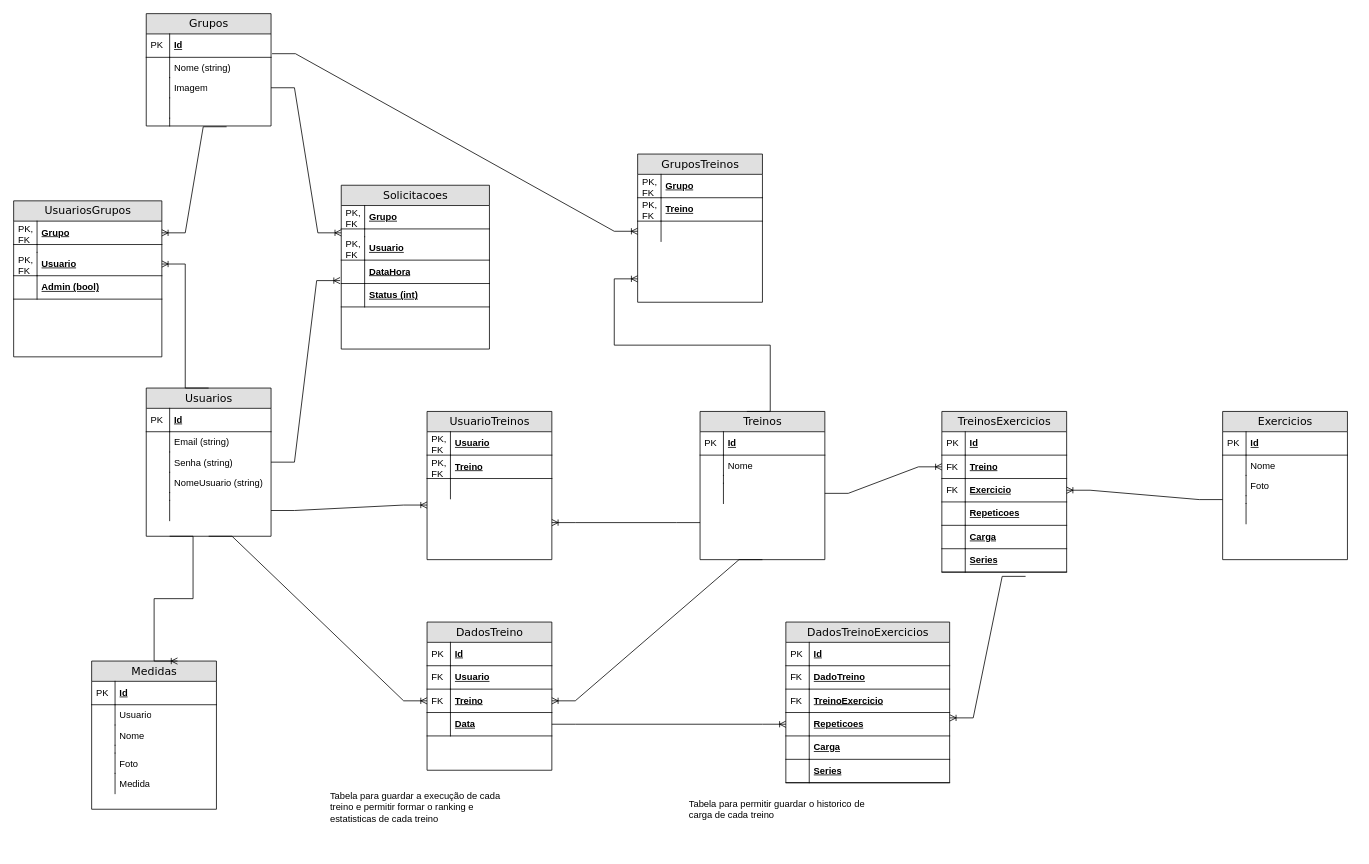
The draw.io diagram DER.drawio in Antonio-Zago/AppTreinos, before the edit. Source tidied: cells renumbered, new cells numbered last; positions are measured from the earlier drawing's top-left corner, leaving out a move shared by most shapes. Both pictures are drawn from the tidied source at 78%, with x=0, y=0 at pixel (13, 13).
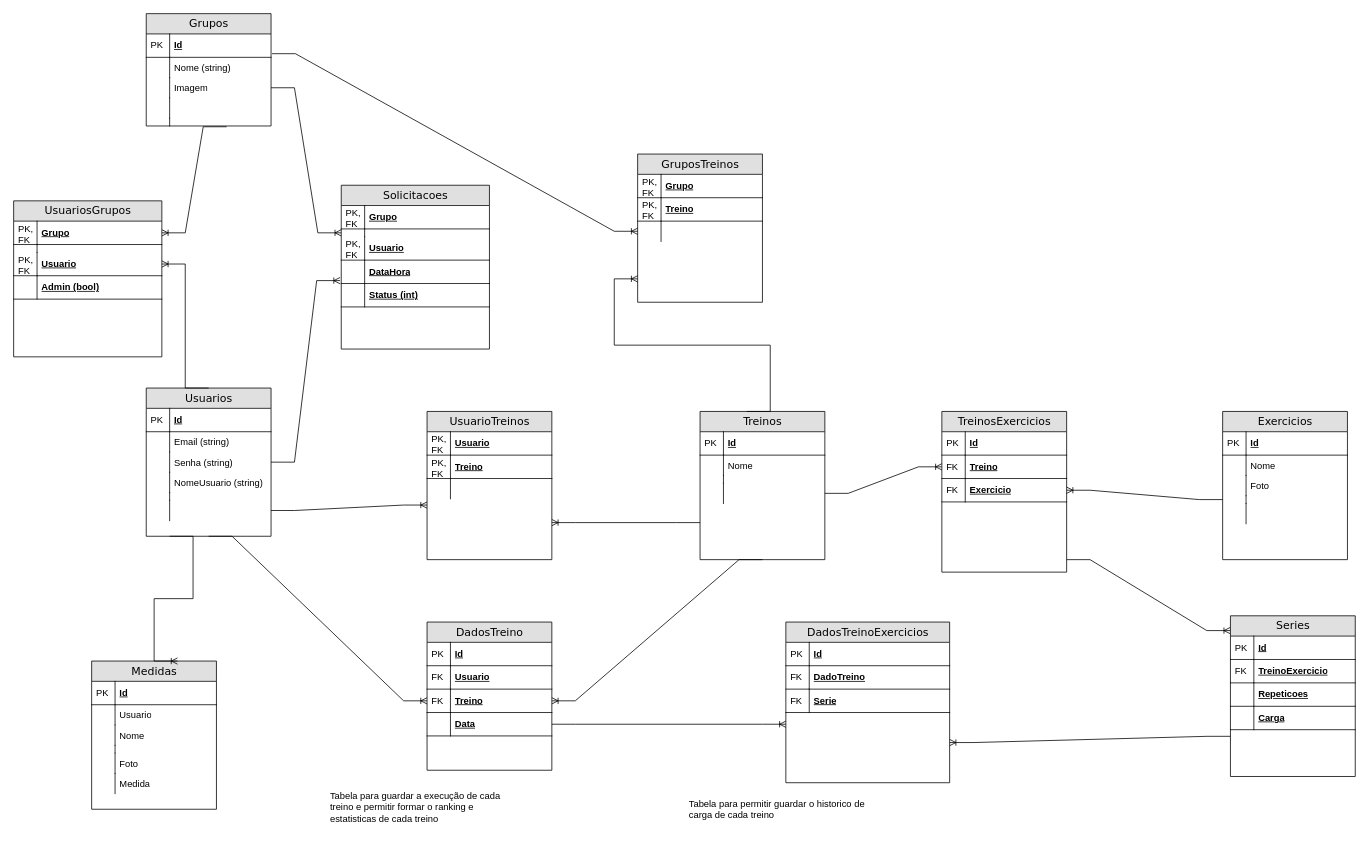
Above is the later version.

The change refers to these unchanged cells:
```xml
<mxCell id="70" value="TreinosExercicios" style="swimlane;html=1;fontStyle=0;horizontal=1;startSize=26;fillColor=#e0e0e0;swimlaneFillColor=#ffffff;align=center;rounded=0;shadow=0;comic=0;labelBackgroundColor=none;strokeWidth=1;fontFamily=Verdana;fontSize=14;" parent="1" vertex="1">
  <mxGeometry x="1190" y="510" width="160" height="206" as="geometry" />
</mxCell>
<mxCell id="104" value="Data" style="shape=partialRectangle;top=0;left=0;right=0;bottom=1;html=1;align=left;verticalAlign=middle;fillColor=none;spacingLeft=34;spacingRight=4;whiteSpace=wrap;overflow=hidden;points=[[0,0.5],[1,0.5]];portConstraint=eastwest;fontStyle=5;" parent="97" vertex="1">
  <mxGeometry y="116" width="160" height="30" as="geometry" />
</mxCell>
<mxCell id="106" value="DadosTreinoExercicios" style="swimlane;html=1;fontStyle=0;horizontal=1;startSize=26;fillColor=#e0e0e0;swimlaneFillColor=#ffffff;align=center;rounded=0;shadow=0;comic=0;labelBackgroundColor=none;strokeWidth=1;fontFamily=Verdana;fontSize=14;" parent="1" vertex="1">
  <mxGeometry x="990" y="780" width="210" height="206" as="geometry" />
</mxCell>
```

The edit, as a diff of the source:
```diff
@@
-    <mxCell id="77" value="Repeticoes" style="shape=partialRectangle;top=0;left=0;right=0;bottom=1;html=1;align=left;verticalAlign=middle;fillColor=none;spacingLeft=34;spacingRight=4;whiteSpace=wrap;overflow=hidden;fontStyle=5;" parent="70" vertex="1">
-      <mxGeometry y="116" width="160" height="30" as="geometry" />
-    </mxCell>
-    <mxCell id="78" style="shape=partialRectangle;top=0;left=0;bottom=0;html=1;fillColor=none;align=left;verticalAlign=middle;spacingLeft=4;spacingRight=4;whiteSpace=wrap;overflow=hidden;" parent="77" vertex="1">
-      <mxGeometry width="30" height="30" as="geometry" />
-    </mxCell>
-    <mxCell id="79" value="Carga" style="shape=partialRectangle;top=0;left=0;right=0;bottom=1;html=1;align=left;verticalAlign=middle;fillColor=none;spacingLeft=34;spacingRight=4;whiteSpace=wrap;overflow=hidden;fontStyle=5;" parent="70" vertex="1">
-      <mxGeometry y="146" width="160" height="30" as="geometry" />
-    </mxCell>
-    <mxCell id="80" style="shape=partialRectangle;top=0;left=0;bottom=0;html=1;fillColor=none;align=left;verticalAlign=middle;spacingLeft=4;spacingRight=4;whiteSpace=wrap;overflow=hidden;" parent="79" vertex="1">
-      <mxGeometry width="30" height="30" as="geometry" />
-    </mxCell>
-    <mxCell id="81" value="Series" style="shape=partialRectangle;top=0;left=0;right=0;bottom=1;html=1;align=left;verticalAlign=middle;fillColor=none;spacingLeft=34;spacingRight=4;whiteSpace=wrap;overflow=hidden;points=[[0,0.5],[1,0.5]];portConstraint=eastwest;fontStyle=5;" parent="70" vertex="1">
-      <mxGeometry y="176" width="160" height="30" as="geometry" />
-    </mxCell>
-    <mxCell id="82" style="shape=partialRectangle;top=0;left=0;bottom=0;html=1;fillColor=none;align=left;verticalAlign=middle;spacingLeft=4;spacingRight=4;whiteSpace=wrap;overflow=hidden;" parent="81" vertex="1">
-      <mxGeometry width="30" height="30" as="geometry" />
-    </mxCell>
@@
-    <mxCell id="111" value="TreinoExercicio" style="shape=partialRectangle;top=0;left=0;right=0;bottom=1;html=1;align=left;verticalAlign=middle;fillColor=none;spacingLeft=34;spacingRight=4;whiteSpace=wrap;overflow=hidden;fontStyle=5;" parent="106" vertex="1">
-      <mxGeometry y="86" width="210" height="30" as="geometry" />
-    </mxCell>
-    <mxCell id="112" value="FK" style="shape=partialRectangle;top=0;left=0;bottom=0;html=1;fillColor=none;align=left;verticalAlign=middle;spacingLeft=4;spacingRight=4;whiteSpace=wrap;overflow=hidden;" parent="111" vertex="1">
-      <mxGeometry width="30" height="30" as="geometry" />
-    </mxCell>
-    <mxCell id="113" value="Repeticoes" style="shape=partialRectangle;top=0;left=0;right=0;bottom=1;html=1;align=left;verticalAlign=middle;fillColor=none;spacingLeft=34;spacingRight=4;whiteSpace=wrap;overflow=hidden;points=[[0,0.5],[1,0.5]];portConstraint=eastwest;fontStyle=5;" parent="106" vertex="1">
-      <mxGeometry y="116" width="210" height="30" as="geometry" />
-    </mxCell>
-    <mxCell id="114" style="shape=partialRectangle;top=0;left=0;bottom=0;html=1;fillColor=none;align=left;verticalAlign=middle;spacingLeft=4;spacingRight=4;whiteSpace=wrap;overflow=hidden;" parent="113" vertex="1">
-      <mxGeometry width="30" height="30" as="geometry" />
-    </mxCell>
-    <mxCell id="115" value="Carga" style="shape=partialRectangle;top=0;left=0;right=0;bottom=1;html=1;align=left;verticalAlign=middle;fillColor=none;spacingLeft=34;spacingRight=4;whiteSpace=wrap;overflow=hidden;fontStyle=5;" parent="106" vertex="1">
-      <mxGeometry y="146" width="210" height="30" as="geometry" />
-    </mxCell>
-    <mxCell id="116" style="shape=partialRectangle;top=0;left=0;bottom=0;html=1;fillColor=none;align=left;verticalAlign=middle;spacingLeft=4;spacingRight=4;whiteSpace=wrap;overflow=hidden;" parent="115" vertex="1">
-      <mxGeometry width="30" height="30" as="geometry" />
-    </mxCell>
-    <mxCell id="117" value="Series" style="shape=partialRectangle;top=0;left=0;right=0;bottom=1;html=1;align=left;verticalAlign=middle;fillColor=none;spacingLeft=34;spacingRight=4;whiteSpace=wrap;overflow=hidden;fontStyle=5;" parent="106" vertex="1">
-      <mxGeometry y="176" width="210" height="30" as="geometry" />
-    </mxCell>
-    <mxCell id="118" style="shape=partialRectangle;top=0;left=0;bottom=0;html=1;fillColor=none;align=left;verticalAlign=middle;spacingLeft=4;spacingRight=4;whiteSpace=wrap;overflow=hidden;" parent="117" vertex="1">
-      <mxGeometry width="30" height="30" as="geometry" />
-    </mxCell>
+    <mxCell id="145" value="Serie" style="shape=partialRectangle;top=0;left=0;right=0;bottom=1;html=1;align=left;verticalAlign=middle;fillColor=none;spacingLeft=34;spacingRight=4;whiteSpace=wrap;overflow=hidden;fontStyle=5;" parent="106" vertex="1">
+      <mxGeometry y="86" width="210" height="30" as="geometry" />
+    </mxCell>
+    <mxCell id="146" value="FK" style="shape=partialRectangle;top=0;left=0;bottom=0;html=1;fillColor=none;align=left;verticalAlign=middle;spacingLeft=4;spacingRight=4;whiteSpace=wrap;overflow=hidden;" parent="145" vertex="1">
+      <mxGeometry width="30" height="30" as="geometry" />
+    </mxCell>
@@
-    <mxCell id="125" style="edgeStyle=entityRelationEdgeStyle;fontSize=12;html=1;endArrow=ERoneToMany;rounded=0;exitX=1;exitY=0.5;exitDx=0;exitDy=0;entryX=0;entryY=0.5;entryDx=0;entryDy=0;" parent="1" edge="1" source="104" target="113">
-      <mxGeometry relative="1" as="geometry" />
+    <mxCell id="125" style="edgeStyle=entityRelationEdgeStyle;fontSize=12;html=1;endArrow=ERoneToMany;rounded=0;exitX=1;exitY=0.5;exitDx=0;exitDy=0;entryX=0;entryY=0.5;entryDx=0;entryDy=0;" parent="1" edge="1" source="104">
+      <mxGeometry relative="1" as="geometry">
+        <mxPoint x="990" y="911" as="targetPoint" />
+      </mxGeometry>
     </mxCell>
-    <mxCell id="126" style="edgeStyle=entityRelationEdgeStyle;fontSize=12;html=1;endArrow=ERoneToMany;rounded=0;exitX=0.671;exitY=1.181;exitDx=0;exitDy=0;entryX=1.001;entryY=0.229;entryDx=0;entryDy=0;entryPerimeter=0;exitPerimeter=0;" parent="1" edge="1" source="81" target="113">
-      <mxGeometry relative="1" as="geometry" />
-    </mxCell>
@@
+    <mxCell id="147" value="Series" style="swimlane;html=1;fontStyle=0;horizontal=1;startSize=26;fillColor=#e0e0e0;swimlaneFillColor=#ffffff;align=center;rounded=0;shadow=0;comic=0;labelBackgroundColor=none;strokeWidth=1;fontFamily=Verdana;fontSize=14;" parent="1" vertex="1">
+      <mxGeometry x="1560" y="772" width="160" height="206" as="geometry" />
+    </mxCell>
+    <mxCell id="148" value="Id" style="shape=partialRectangle;top=0;left=0;right=0;bottom=1;html=1;align=left;verticalAlign=middle;fillColor=none;spacingLeft=34;spacingRight=4;whiteSpace=wrap;overflow=hidden;fontStyle=5;" parent="147" vertex="1">
+      <mxGeometry y="26" width="160" height="30" as="geometry" />
+    </mxCell>
+    <mxCell id="149" value="PK" style="shape=partialRectangle;top=0;left=0;bottom=0;html=1;fillColor=none;align=left;verticalAlign=middle;spacingLeft=4;spacingRight=4;whiteSpace=wrap;overflow=hidden;" parent="148" vertex="1">
+      <mxGeometry width="30" height="30" as="geometry" />
+    </mxCell>
+    <mxCell id="111" value="TreinoExercicio" style="shape=partialRectangle;top=0;left=0;right=0;bottom=1;html=1;align=left;verticalAlign=middle;fillColor=none;spacingLeft=34;spacingRight=4;whiteSpace=wrap;overflow=hidden;fontStyle=5;" parent="147" vertex="1">
+      <mxGeometry y="56" width="160" height="30" as="geometry" />
+    </mxCell>
+    <mxCell id="150" value="FK" style="shape=partialRectangle;top=0;left=0;bottom=0;html=1;fillColor=none;align=left;verticalAlign=middle;spacingLeft=4;spacingRight=4;whiteSpace=wrap;overflow=hidden;" parent="111" vertex="1">
+      <mxGeometry width="30" height="30" as="geometry" />
+    </mxCell>
+    <mxCell id="151" value="Repeticoes" style="shape=partialRectangle;top=0;left=0;right=0;bottom=1;html=1;align=left;verticalAlign=middle;fillColor=none;spacingLeft=34;spacingRight=4;whiteSpace=wrap;overflow=hidden;fontStyle=5;" parent="147" vertex="1">
+      <mxGeometry y="86" width="160" height="30" as="geometry" />
+    </mxCell>
+    <mxCell id="152" style="shape=partialRectangle;top=0;left=0;bottom=0;html=1;fillColor=none;align=left;verticalAlign=middle;spacingLeft=4;spacingRight=4;whiteSpace=wrap;overflow=hidden;" parent="151" vertex="1">
+      <mxGeometry width="30" height="30" as="geometry" />
+    </mxCell>
+    <mxCell id="153" value="Carga" style="shape=partialRectangle;top=0;left=0;right=0;bottom=1;html=1;align=left;verticalAlign=middle;fillColor=none;spacingLeft=34;spacingRight=4;whiteSpace=wrap;overflow=hidden;fontStyle=5;" parent="147" vertex="1">
+      <mxGeometry y="116" width="160" height="30" as="geometry" />
+    </mxCell>
+    <mxCell id="154" style="shape=partialRectangle;top=0;left=0;bottom=0;html=1;fillColor=none;align=left;verticalAlign=middle;spacingLeft=4;spacingRight=4;whiteSpace=wrap;overflow=hidden;" parent="153" vertex="1">
+      <mxGeometry width="30" height="30" as="geometry" />
+    </mxCell>
+    <mxCell id="155" style="edgeStyle=entityRelationEdgeStyle;fontSize=12;html=1;endArrow=ERoneToMany;rounded=0;entryX=-0.002;entryY=0.092;entryDx=0;entryDy=0;entryPerimeter=0;" parent="1" edge="1" target="147">
+      <mxGeometry relative="1" as="geometry">
+        <mxPoint x="1350" y="700" as="sourcePoint" />
+        <Array as="points">
+          <mxPoint x="1120" y="612" />
+          <mxPoint x="1380" y="1076" />
+        </Array>
+      </mxGeometry>
+    </mxCell>
+    <mxCell id="156" style="edgeStyle=entityRelationEdgeStyle;fontSize=12;html=1;endArrow=ERoneToMany;rounded=0;exitX=0;exitY=0.75;exitDx=0;exitDy=0;entryX=1;entryY=0.75;entryDx=0;entryDy=0;" parent="1" edge="1" source="147" target="106">
+      <mxGeometry relative="1" as="geometry" />
+    </mxCell>
```
